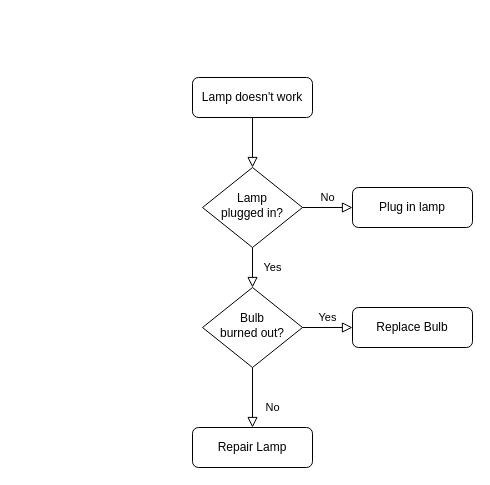
Above: page "Page-1" (1 of 2) of Untitled Diagram.drawio in ngock/AndroidFirestoreArchitectureComponents (draw.io), before the change. Source tidied: cells renumbered, new cells numbered last; positions are measured from the earlier drawing's top-left corner, leaving out a move shared by most shapes. Both pictures are drawn from the tidied source at 100%, with x=0, y=0 at pixel (192, 77).
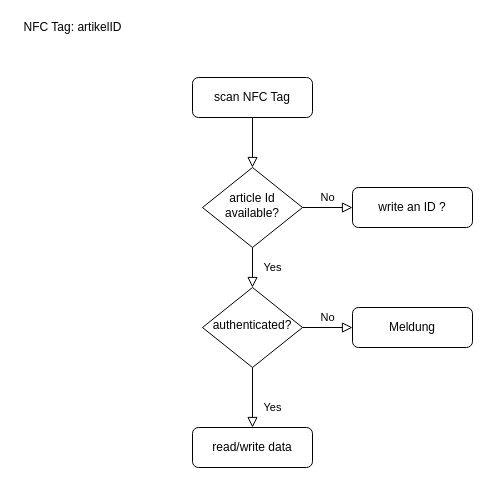
After the change.

Diff of the diagram source:
```diff
@@
 <mxGraphModel>
   <root>
     <mxCell id="0" />
     <mxCell id="1" parent="0" />
     <mxCell id="2" style="rounded=0;html=1;jettySize=auto;fontSize=11;endArrow=block;endFill=0;endSize=8;strokeWidth=1;shadow=0;labelBackgroundColor=none;edgeStyle=orthogonalEdgeStyle;" parent="1" edge="1" source="3" target="6">
       <mxGeometry relative="1" as="geometry" />
     </mxCell>
-    <mxCell id="3" value="Lamp doesn't work" style="rounded=1;whiteSpace=wrap;html=1;fontSize=12;glass=0;strokeWidth=1;shadow=0;" parent="1" vertex="1">
+    <mxCell id="3" value="scan NFC Tag" style="rounded=1;whiteSpace=wrap;html=1;fontSize=12;glass=0;strokeWidth=1;shadow=0;" parent="1" vertex="1">
       <mxGeometry width="120" height="40" as="geometry" />
     </mxCell>
     <mxCell id="4" value="Yes" style="rounded=0;html=1;jettySize=auto;fontSize=11;endArrow=block;endFill=0;endSize=8;strokeWidth=1;shadow=0;labelBackgroundColor=none;edgeStyle=orthogonalEdgeStyle;" parent="1" edge="1" source="6" target="10">
       <mxGeometry y="20" relative="1" as="geometry" />
     </mxCell>
     <mxCell id="5" value="No" style="edgeStyle=orthogonalEdgeStyle;rounded=0;html=1;jettySize=auto;fontSize=11;endArrow=block;endFill=0;endSize=8;strokeWidth=1;shadow=0;labelBackgroundColor=none;" parent="1" edge="1" source="6" target="7">
       <mxGeometry y="10" relative="1" as="geometry" />
     </mxCell>
-    <mxCell id="6" value="Lamp&lt;br&gt;plugged in?" style="rhombus;whiteSpace=wrap;html=1;shadow=0;fontFamily=Helvetica;fontSize=12;align=center;strokeWidth=1;spacing=6;spacingTop=-4;" parent="1" vertex="1">
+    <mxCell id="6" value="article Id available?" style="rhombus;whiteSpace=wrap;html=1;shadow=0;fontFamily=Helvetica;fontSize=12;align=center;strokeWidth=1;spacing=6;spacingTop=-4;" parent="1" vertex="1">
       <mxGeometry x="10" y="90" width="100" height="80" as="geometry" />
     </mxCell>
-    <mxCell id="7" value="Plug in lamp" style="rounded=1;whiteSpace=wrap;html=1;fontSize=12;glass=0;strokeWidth=1;shadow=0;" parent="1" vertex="1">
+    <mxCell id="7" value="write an ID ?" style="rounded=1;whiteSpace=wrap;html=1;fontSize=12;glass=0;strokeWidth=1;shadow=0;" parent="1" vertex="1">
       <mxGeometry x="160" y="110" width="120" height="40" as="geometry" />
     </mxCell>
-    <mxCell id="8" value="No" style="rounded=0;html=1;jettySize=auto;fontSize=11;endArrow=block;endFill=0;endSize=8;strokeWidth=1;shadow=0;labelBackgroundColor=none;edgeStyle=orthogonalEdgeStyle;" parent="1" edge="1" source="10" target="11">
+    <mxCell id="8" value="Yes" style="rounded=0;html=1;jettySize=auto;fontSize=11;endArrow=block;endFill=0;endSize=8;strokeWidth=1;shadow=0;labelBackgroundColor=none;edgeStyle=orthogonalEdgeStyle;" parent="1" edge="1" source="10" target="11">
       <mxGeometry x="0.33" y="20" relative="1" as="geometry" />
     </mxCell>
-    <mxCell id="9" value="Yes" style="edgeStyle=orthogonalEdgeStyle;rounded=0;html=1;jettySize=auto;fontSize=11;endArrow=block;endFill=0;endSize=8;strokeWidth=1;shadow=0;labelBackgroundColor=none;" parent="1" edge="1" source="10" target="12">
+    <mxCell id="9" value="No" style="edgeStyle=orthogonalEdgeStyle;rounded=0;html=1;jettySize=auto;fontSize=11;endArrow=block;endFill=0;endSize=8;strokeWidth=1;shadow=0;labelBackgroundColor=none;" parent="1" edge="1" source="10" target="12">
       <mxGeometry y="10" relative="1" as="geometry" />
     </mxCell>
-    <mxCell id="10" value="Bulb&lt;br&gt;burned out?" style="rhombus;whiteSpace=wrap;html=1;shadow=0;fontFamily=Helvetica;fontSize=12;align=center;strokeWidth=1;spacing=6;spacingTop=-4;" parent="1" vertex="1">
+    <mxCell id="10" value="authenticated?" style="rhombus;whiteSpace=wrap;html=1;shadow=0;fontFamily=Helvetica;fontSize=12;align=center;strokeWidth=1;spacing=6;spacingTop=-4;" parent="1" vertex="1">
       <mxGeometry x="10" y="210" width="100" height="80" as="geometry" />
     </mxCell>
-    <mxCell id="11" value="Repair Lamp" style="rounded=1;whiteSpace=wrap;html=1;fontSize=12;glass=0;strokeWidth=1;shadow=0;" parent="1" vertex="1">
+    <mxCell id="11" value="read/write data" style="rounded=1;whiteSpace=wrap;html=1;fontSize=12;glass=0;strokeWidth=1;shadow=0;" parent="1" vertex="1">
       <mxGeometry y="350" width="120" height="40" as="geometry" />
     </mxCell>
-    <mxCell id="12" value="Replace Bulb" style="rounded=1;whiteSpace=wrap;html=1;fontSize=12;glass=0;strokeWidth=1;shadow=0;" parent="1" vertex="1">
+    <mxCell id="12" value="Meldung" style="rounded=1;whiteSpace=wrap;html=1;fontSize=12;glass=0;strokeWidth=1;shadow=0;" parent="1" vertex="1">
       <mxGeometry x="160" y="230" width="120" height="40" as="geometry" />
     </mxCell>
+    <mxCell id="13" value="NFC Tag: artikelID" style="text;html=1;align=center;verticalAlign=middle;strokeColor=none;fillColor=none;" parent="1" vertex="1">
+      <mxGeometry x="-175" y="-60" width="110" height="20" as="geometry" />
+    </mxCell>
   </root>
 </mxGraphModel>
```
